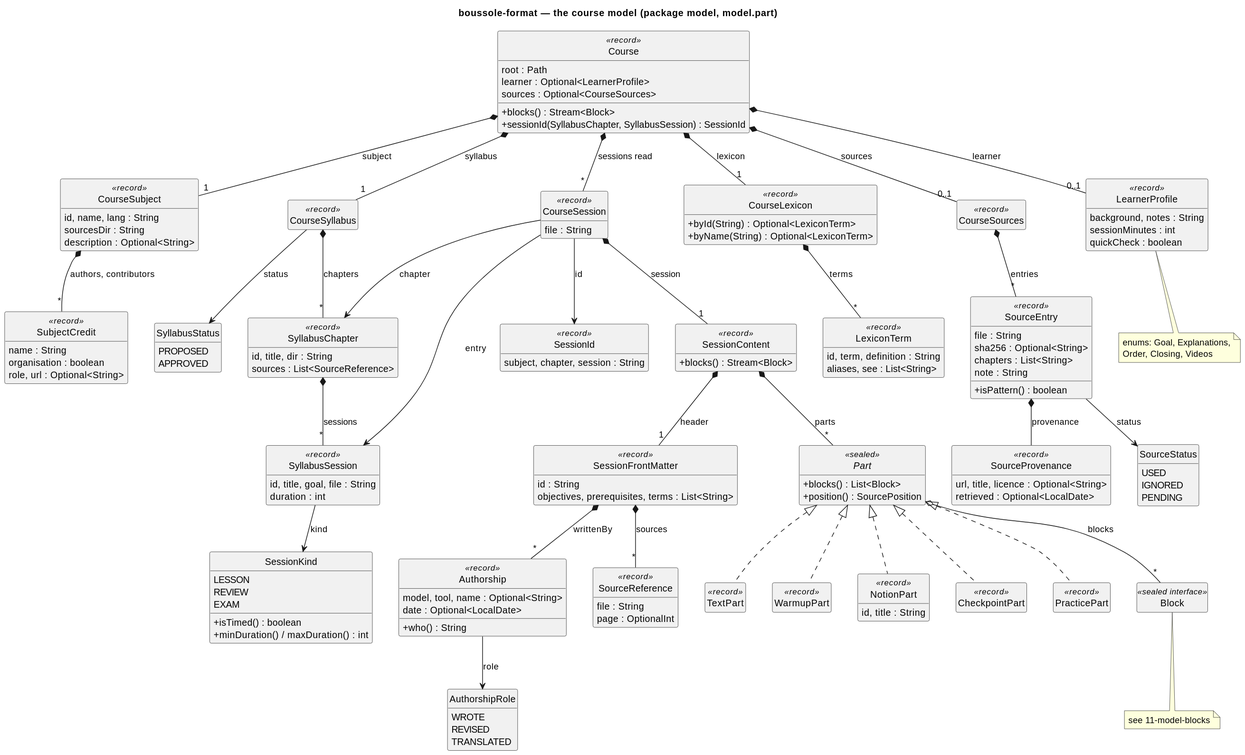
Before: docs/diagrams/10-model-course.svg, a diagram exported from PlantUML (lucasssoh/Boussole).
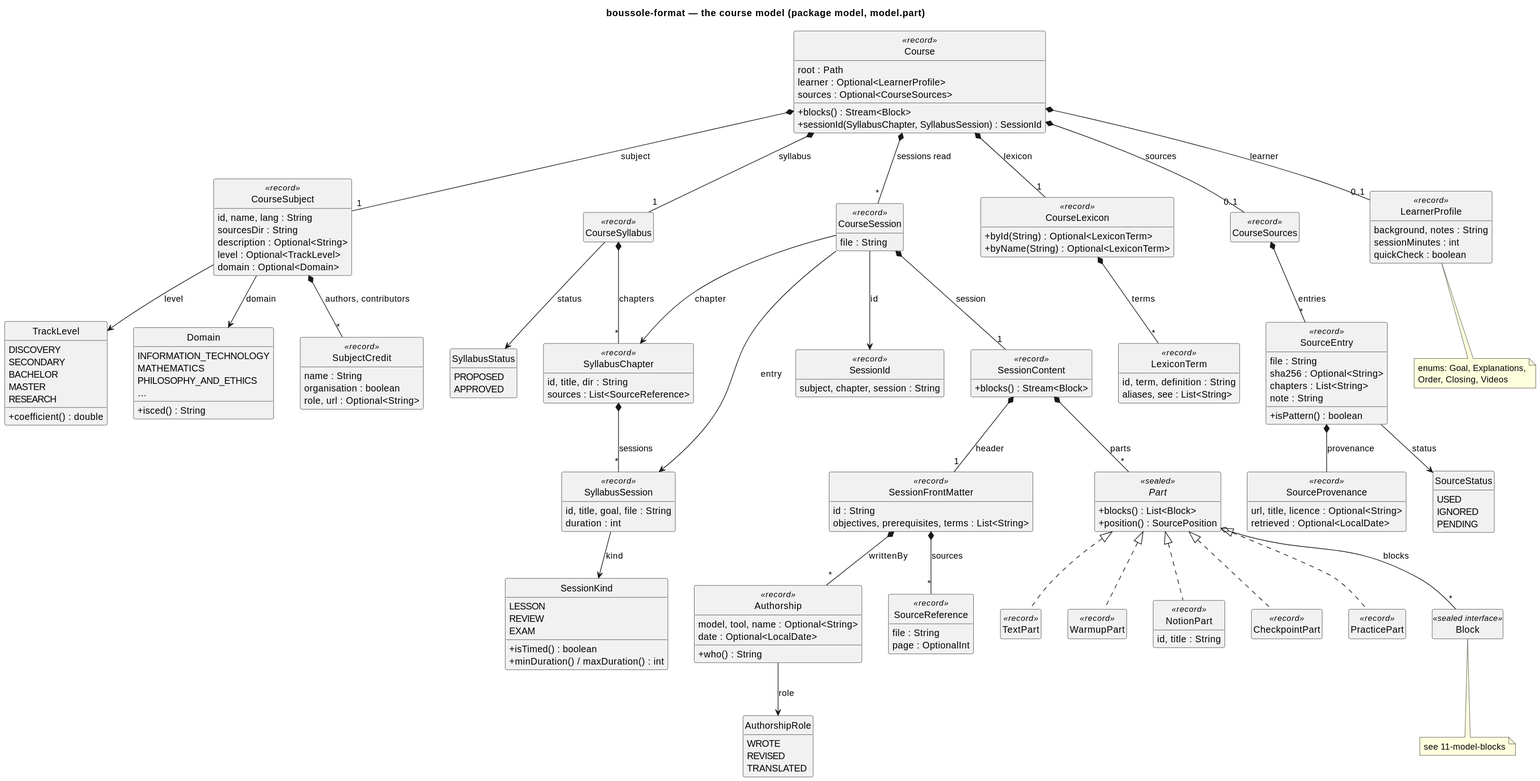
After the commit.

What changed in the source:
```diff
@@ -18,6 +18,23 @@
   id, name, lang : String
   sourcesDir : String
   description : Optional<String>
+  level : Optional<TrackLevel>
+  domain : Optional<Domain>
+}
+enum TrackLevel {
+  DISCOVERY
+  SECONDARY
+  BACHELOR
+  MASTER
+  RESEARCH
+  +coefficient() : double
+}
+enum Domain {
+  INFORMATION_TECHNOLOGY
+  MATHEMATICS
+  PHILOSOPHY_AND_ETHICS
+  …
+  +isced() : String
 }
 class CourseSyllabus <<record>>
 enum SyllabusStatus {
@@ -119,6 +136,8 @@
 class PracticePart <<record>>
 
 Course *-- "1" CourseSubject : subject
+CourseSubject --> TrackLevel : level
+CourseSubject --> Domain : domain
 Course *-- "1" CourseSyllabus : syllabus
 Course *-- "1" CourseLexicon : lexicon
 Course *-- "0..1" LearnerProfile : learner
```
